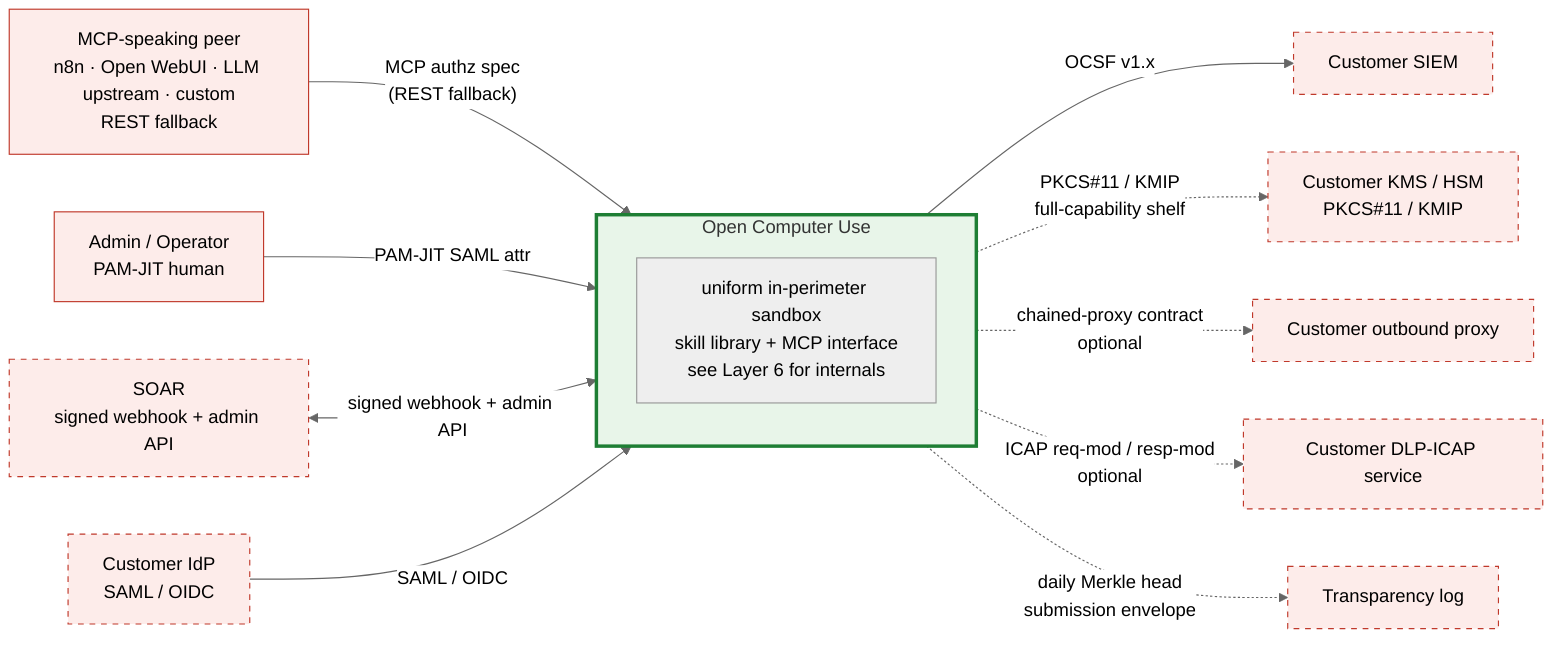
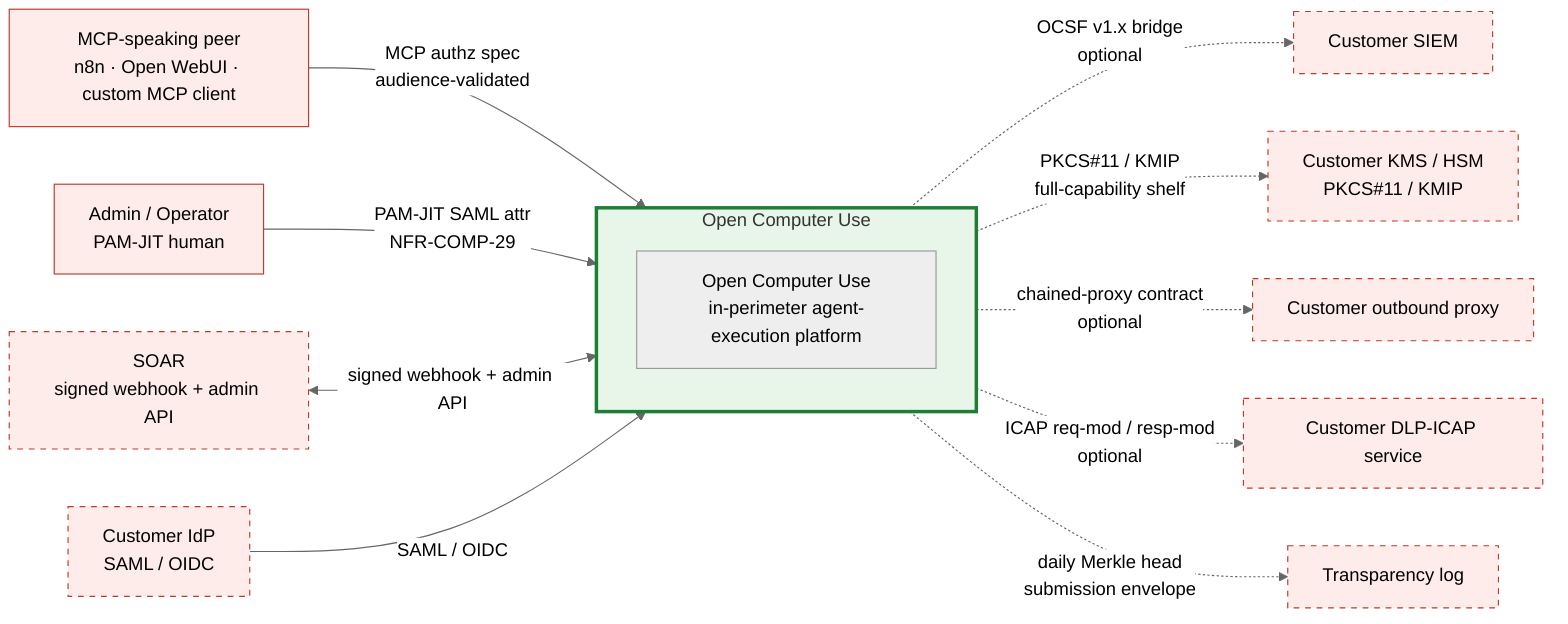
%% SPDX-License-Identifier: FSL-1.1-Apache-2.0
%% Copyright (c) 2025 Open Computer Use Contributors
%% Canonical Layer 4 (C4 Context) diagram. Referenced from docs/architecture/03-c4-context.md.
%% Convention: solid border = required; dashed border = optional configuration.
%% Palette (project convention): red untrusted / amber semi-trusted / green trusted / blue isolated.

%%{init: {"theme": "neutral"} }%%
flowchart LR

    %% ─── inbound peers (any MCP-speaking caller; REST is a fallback) ───
-     PEER[MCP-speaking peer<br/>n8n · Open WebUI · LLM upstream · custom<br/>REST fallback]:::ext
+     PEER[MCP-speaking peer<br/>n8n · Open WebUI · custom MCP client]:::ext
    OPER[Admin / Operator<br/>PAM-JIT human]:::ext

    %% ─── the system under design ───
    subgraph OCU[Open Computer Use]
-         BOX[uniform in-perimeter sandbox<br/>skill library + MCP interface<br/>see Layer 6 for internals]
+         BOX[Open Computer Use<br/>in-perimeter agent-execution platform]
    end

    %% ─── customer infrastructure (required on the full-capability shelf) ───
    IDP[Customer IdP<br/>SAML / OIDC]:::extOpt
    KMS[Customer KMS / HSM<br/>PKCS#11 / KMIP]:::extOpt
    SIEM[Customer SIEM]:::extOpt
    CPROXY[Customer outbound proxy]:::extOpt
    ICAP[Customer DLP-ICAP service]:::extOpt

    %% ─── operations and assurance ───
    SOAR[SOAR<br/>signed webhook + admin API]:::extOpt
    TLOG[Transparency log]:::extOpt

    %% ─── edges ───
-     PEER -->|"MCP authz spec<br/>(REST fallback)"| OCU
-     OPER -->|PAM-JIT SAML attr| OCU
+     PEER -->|"MCP authz spec<br/>audience-validated"| OCU
+     OPER -->|"PAM-JIT SAML attr<br/>NFR-COMP-29"| OCU
    SOAR <-->|signed webhook + admin API| OCU
    IDP -->|SAML / OIDC| OCU
-     OCU -->|"OCSF v1.x"| SIEM
+     OCU -.->|"OCSF v1.x bridge<br/>optional"| SIEM
    OCU -.->|"PKCS#11 / KMIP<br/>full-capability shelf"| KMS
    OCU -.->|"chained-proxy contract<br/>optional"| CPROXY
    OCU -.->|"ICAP req-mod / resp-mod<br/>optional"| ICAP
    OCU -.->|"daily Merkle head<br/>submission envelope"| TLOG

    %% ─── styling (project palette) ───
    classDef ext fill:#fdecea,stroke:#c0392b,stroke-width:1px;
    classDef extOpt fill:#fdecea,stroke:#c0392b,stroke-dasharray: 5 5;
    style OCU fill:#e8f5e9,stroke:#1e7e34,stroke-width:3px;
